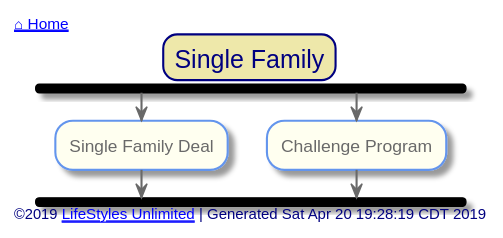
Earlier version of the PlantUML export out/src/single-family/index.svg (toddmo/lifestylesunlimited). The source it was exported from:
```plantuml
@startuml index


skinparam {
  BorderColor Red
  PathHoverColor Blue
}

skinparam Title {
  FontColor Navy
  BackgroundColor PaleGoldenRod
  BorderColor Navy
  BorderRoundCorner 20
}

skinparam activity {
  BackgroundColor Ivory
  BorderColor CornflowerBlue
  FontColor DimGray


  Arrow {
    Color dimgray
    FontColor dimgray
  }

  Start {
    Color PHYSICAL
  }

  End {
    Color Coral
  }

  Diamond {
    BackgroundColor Ivory
    BorderColor CornflowerBlue
    FontColor DarkGray
  }

  BackgroundColor<< Exception >> Red
	BorderColor<< Exception >> White
}

skinparam Swimlane {
  BorderColor CornflowerBlue
}

skinparam Partition {
  BackgroundColor Ivory
  BorderColor CornflowerBlue
  BorderThickness 1
  FontColor CornflowerBlue
  FontSize 16
  BorderRoundCorner 20
}

skinparam Note {
  BackgroundColor LightSteelBlue
  BorderColor CornflowerBlue
  FontColor White
}

skinparam Legend {
  BackgroundColor LightSteelBlue
  BorderColor CornflowerBlue
  FontColor White
}

skinparam Footer {
  FontColor Navy
}


left header
	<font color=Navy>[[../index.svg ⌂ Home]]</font>
endheader


	Title Single Family

	fork
		[[single-family-deal.svg]]:Single Family Deal;
	fork again
		[[challenge-program.svg]]:Challenge Program;
	end fork



left footer
	©2019 [[http://www.lifestylesunlimited.com LifeStyles Unlimited]] | Generated Sat Apr 20 19:28:19 CDT 2019
endfooter


@enduml
```
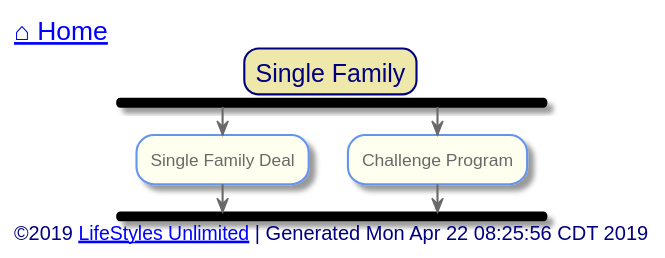
After the change.

Change to the diagram source:
```diff
@@ -73,22 +73,22 @@
 
 
 left header
-	<font color=Navy>[[../index.svg ⌂ Home]]</font>
+	<font color=Navy size=18>[[../index.svg ⌂ Home]]</font>
 endheader
 
 
 	Title Single Family
 
 	fork
-		[[single-family-deal.svg]]:Single Family Deal;
+		[[single-family-deal.svg?sanitize=true]]:Single Family Deal;
 	fork again
-		[[challenge-program.svg]]:Challenge Program;
+		[[challenge-program.svg?sanitize=true]]:Challenge Program;
 	end fork
 
 
 
 left footer
-	©2019 [[http://www.lifestylesunlimited.com LifeStyles Unlimited]] | Generated Sat Apr 20 19:28:19 CDT 2019
+	<font size=14>©2019 [[http://www.lifestylesunlimited.com LifeStyles Unlimited]] | Generated Mon Apr 22 08:25:56 CDT 2019</font>
 endfooter
 
 
```
